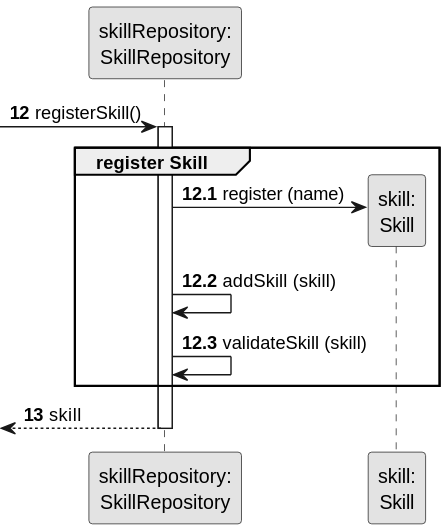
Before: docs/sprintA&B/us001/03.design/svg/us001-sequence-diagram-partial-register-skill.svg, a diagram exported from PlantUML (daniel41silva05/ISEP_2023_2024_LAPR2).
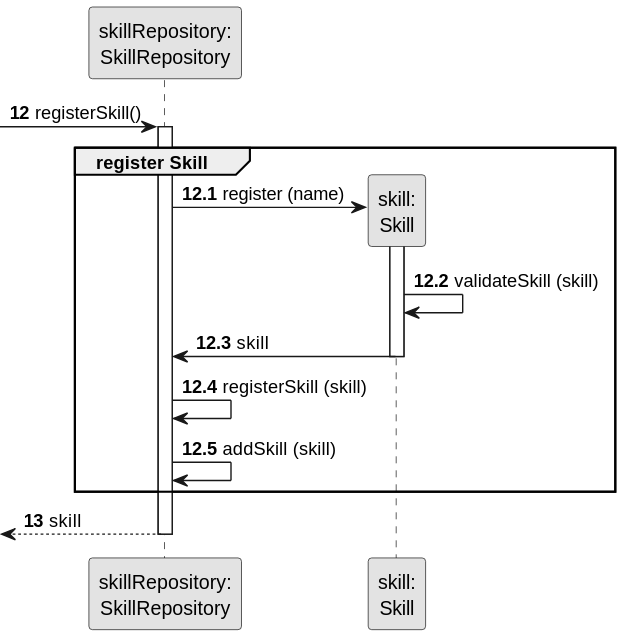
The same diagram one commit later.

The edit, as a diff of the source:
```diff
@@ -17,10 +17,17 @@
     group register Skill
 
             SkillREP -> SKILL** : register (name)
+                activate SKILL
 
-            SkillREP -> SkillREP : addSkill (skill)
+                    SKILL -> SKILL : validateSkill (skill)
 
-            SkillREP -> SkillREP : validateSkill (skill)
+                    SKILL -> SkillREP : skill
+                     deactivate SKILL
+
+                    SkillREP -> SkillREP : registerSkill (skill)
+
+                    SkillREP -> SkillREP : addSkill (skill)
+
     end
     autonumber 13
     <-- SkillREP  : skill
```
